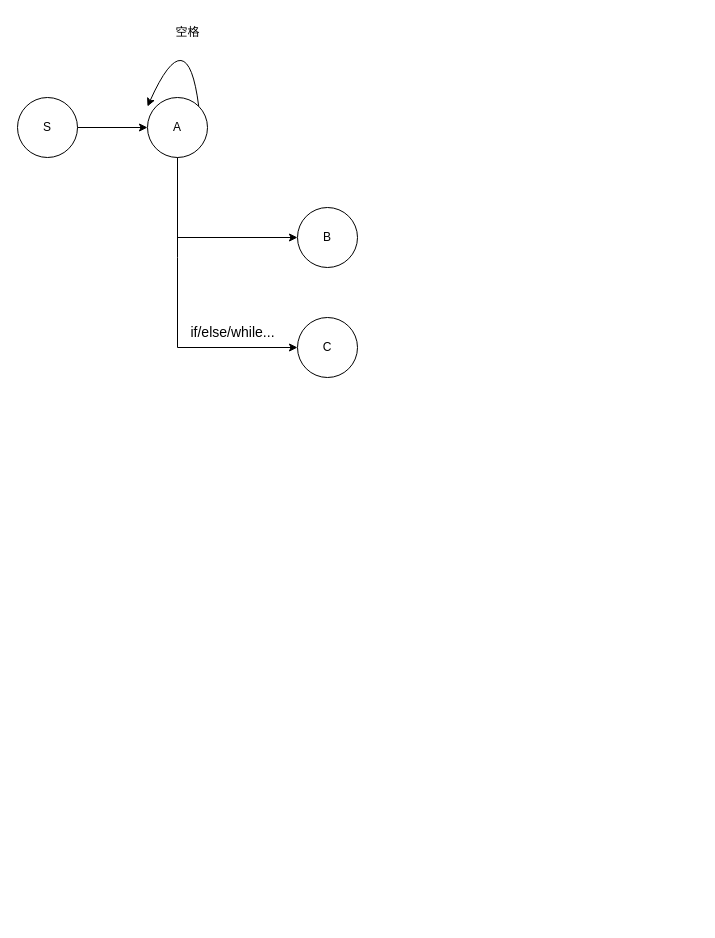
Before: status.drawio in beyondgogogo/Graph, a draw.io diagram. Source tidied: cells renumbered, new cells numbered last; positions are measured from the earlier drawing's top-left corner, leaving out a move shared by most shapes. Both pictures are drawn from the tidied source at 100%, with x=0, y=0 at pixel (17, 17).
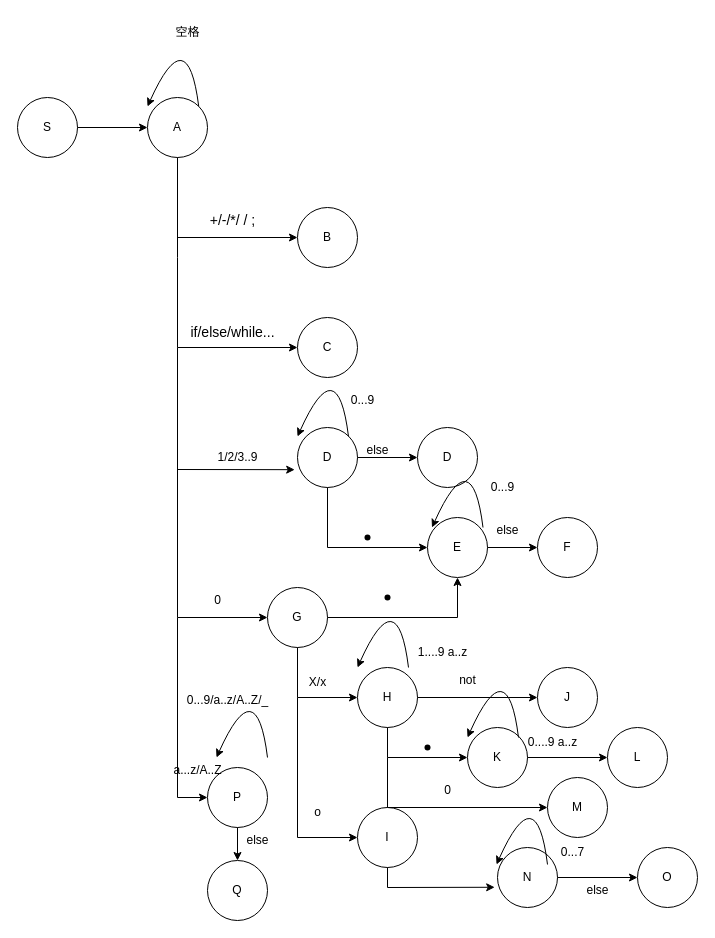
After the change.

Unchanged cells that the change refers to:
```xml
<mxCell id="11" value="&lt;font style=&quot;font-size: 14px;&quot;&gt;if/else/while...&lt;/font&gt;" style="text;html=1;align=center;verticalAlign=middle;points=[];strokeColor=none;fillColor=none;" parent="1" vertex="1">
  <mxGeometry x="160" y="300" width="110" height="30" as="geometry" />
</mxCell>
```

The edit, as a diff of the source:
```diff
@@
+    <mxCell id="12" value="&lt;font style=&quot;font-size: 14px;&quot;&gt;+/-/*/ / ;&lt;/font&gt;" style="text;html=1;align=center;verticalAlign=middle;strokeColor=none;fillColor=none;" parent="1" vertex="1">
+      <mxGeometry x="180" y="188" width="70" height="30" as="geometry" />
+    </mxCell>
+    <mxCell id="13" value="D" style="ellipse;whiteSpace=wrap;html=1;" parent="1" vertex="1">
+      <mxGeometry x="280" y="410" width="60" height="60" as="geometry" />
+    </mxCell>
+    <mxCell id="14" style="endArrow=classic;html=1;rounded=0;exitX=0;exitY=1;exitDx=0;exitDy=0;exitPerimeter=0;entryX=-0.047;entryY=0.703;entryDx=0;entryDy=0;entryPerimeter=0;" parent="1" edge="1" source="11" target="13">
+      <mxGeometry relative="1" as="geometry">
+        <Array as="points">
+          <mxPoint x="160" y="452" />
+        </Array>
+      </mxGeometry>
+    </mxCell>
+    <mxCell id="15" value="1/2/3..9" style="text;html=1;align=center;verticalAlign=middle;strokeColor=none;fillColor=none;" parent="1" vertex="1">
+      <mxGeometry x="190" y="425" width="60" height="30" as="geometry" />
+    </mxCell>
+    <mxCell id="16" style="curved=1;endArrow=classic;html=1;rounded=0;exitX=1;exitY=0;exitDx=0;exitDy=0;" parent="1" edge="1">
+      <mxGeometry relative="1" as="geometry">
+        <mxPoint x="331" y="419" as="sourcePoint" />
+        <mxPoint x="280" y="419" as="targetPoint" />
+        <Array as="points">
+          <mxPoint x="320" y="330" />
+        </Array>
+      </mxGeometry>
+    </mxCell>
+    <mxCell id="17" value="0...9" style="text;html=1;align=center;verticalAlign=middle;strokeColor=none;fillColor=none;" parent="1" vertex="1">
+      <mxGeometry x="320" y="368" width="50" height="30" as="geometry" />
+    </mxCell>
+    <mxCell id="18" value="D" style="ellipse;whiteSpace=wrap;html=1;" parent="1" vertex="1">
+      <mxGeometry x="400" y="410" width="60" height="60" as="geometry" />
+    </mxCell>
+    <mxCell id="19" style="endArrow=classic;html=1;rounded=0;entryX=0;entryY=0.5;entryDx=0;entryDy=0;exitX=1;exitY=0.5;exitDx=0;exitDy=0;" parent="1" edge="1" source="13" target="18">
+      <mxGeometry relative="1" as="geometry" />
+    </mxCell>
+    <mxCell id="20" value="E" style="ellipse;whiteSpace=wrap;html=1;" parent="1" vertex="1">
+      <mxGeometry x="410" y="500" width="60" height="60" as="geometry" />
+    </mxCell>
+    <mxCell id="21" style="endArrow=classic;html=1;rounded=0;entryX=0;entryY=0.5;entryDx=0;entryDy=0;exitX=0.5;exitY=1;exitDx=0;exitDy=0;" parent="1" edge="1" source="13" target="20">
+      <mxGeometry relative="1" as="geometry">
+        <Array as="points">
+          <mxPoint x="310" y="530" />
+        </Array>
+      </mxGeometry>
+    </mxCell>
+    <mxCell id="22" style="shape=waypoint;sketch=0;size=6;fillColor=none;perimeter=centerPerimeter;" parent="1" vertex="1">
+      <mxGeometry x="340" y="510" width="20" height="20" as="geometry" />
+    </mxCell>
+    <mxCell id="23" style="curved=1;endArrow=classic;html=1;rounded=0;exitX=1;exitY=0;exitDx=0;exitDy=0;" parent="1" edge="1">
+      <mxGeometry relative="1" as="geometry">
+        <mxPoint x="465.5" y="510" as="sourcePoint" />
+        <mxPoint x="414.5" y="510" as="targetPoint" />
+        <Array as="points">
+          <mxPoint x="454.5" y="421" />
+        </Array>
+      </mxGeometry>
+    </mxCell>
+    <mxCell id="24" value="0...9" style="text;html=1;align=center;verticalAlign=middle;strokeColor=none;fillColor=none;rotation=0;" parent="1" vertex="1">
+      <mxGeometry x="460" y="455" width="50" height="30" as="geometry" />
+    </mxCell>
+    <mxCell id="25" style="endArrow=classic;html=1;rounded=0;exitX=1;exitY=0.5;exitDx=0;exitDy=0;" parent="1" edge="1" source="20">
+      <mxGeometry relative="1" as="geometry">
+        <mxPoint x="520" y="530" as="targetPoint" />
+      </mxGeometry>
+    </mxCell>
+    <mxCell id="26" value="F" style="ellipse;whiteSpace=wrap;html=1;" parent="1" vertex="1">
+      <mxGeometry x="520" y="500" width="60" height="60" as="geometry" />
+    </mxCell>
+    <mxCell id="27" value="G" style="ellipse;whiteSpace=wrap;html=1;" parent="1" vertex="1">
+      <mxGeometry x="250" y="570" width="60" height="60" as="geometry" />
+    </mxCell>
+    <mxCell id="28" style="endArrow=classic;html=1;rounded=0;entryX=0;entryY=0.5;entryDx=0;entryDy=0;" parent="1" edge="1" target="27">
+      <mxGeometry relative="1" as="geometry">
+        <mxPoint x="160" y="450" as="sourcePoint" />
+        <Array as="points">
+          <mxPoint x="160" y="600" />
+        </Array>
+      </mxGeometry>
+    </mxCell>
+    <mxCell id="29" value="0" style="text;html=1;align=center;verticalAlign=middle;strokeColor=none;fillColor=none;" parent="1" vertex="1">
+      <mxGeometry x="185" y="568" width="30" height="30" as="geometry" />
+    </mxCell>
+    <mxCell id="30" style="endArrow=classic;html=1;rounded=0;exitX=1;exitY=0.5;exitDx=0;exitDy=0;entryX=0.5;entryY=1;entryDx=0;entryDy=0;" parent="1" edge="1" source="27" target="20">
+      <mxGeometry relative="1" as="geometry">
+        <Array as="points">
+          <mxPoint x="440" y="600" />
+        </Array>
+      </mxGeometry>
+    </mxCell>
+    <mxCell id="31" style="shape=waypoint;sketch=0;size=6;fillColor=none;perimeter=centerPerimeter;" parent="1" vertex="1">
+      <mxGeometry x="360" y="570" width="20" height="20" as="geometry" />
+    </mxCell>
+    <mxCell id="32" value="I" style="ellipse;whiteSpace=wrap;html=1;" parent="1" vertex="1">
+      <mxGeometry x="340" y="790" width="60" height="60" as="geometry" />
+    </mxCell>
+    <mxCell id="33" value="H" style="ellipse;whiteSpace=wrap;html=1;" parent="1" vertex="1">
+      <mxGeometry x="340" y="650" width="60" height="60" as="geometry" />
+    </mxCell>
+    <mxCell id="34" style="endArrow=classic;html=1;rounded=0;exitX=0.5;exitY=1;exitDx=0;exitDy=0;entryX=0;entryY=0.5;entryDx=0;entryDy=0;" parent="1" edge="1" source="27" target="33">
+      <mxGeometry relative="1" as="geometry">
+        <Array as="points">
+          <mxPoint x="280" y="680" />
+        </Array>
+      </mxGeometry>
+    </mxCell>
+    <mxCell id="35" style="endArrow=classic;html=1;rounded=0;entryX=0;entryY=0.5;entryDx=0;entryDy=0;" parent="1" edge="1" target="32">
+      <mxGeometry relative="1" as="geometry">
+        <mxPoint x="280" y="680" as="sourcePoint" />
+        <Array as="points">
+          <mxPoint x="280" y="820" />
+        </Array>
+      </mxGeometry>
+    </mxCell>
+    <mxCell id="36" value="X/x" style="text;html=1;align=center;verticalAlign=middle;strokeColor=none;fillColor=none;" parent="1" vertex="1">
+      <mxGeometry x="280" y="650" width="40" height="30" as="geometry" />
+    </mxCell>
+    <mxCell id="37" value="o" style="text;html=1;align=center;verticalAlign=middle;strokeColor=none;fillColor=none;" parent="1" vertex="1">
+      <mxGeometry x="285" y="780" width="30" height="30" as="geometry" />
+    </mxCell>
+    <mxCell id="38" value="else" style="text;html=1;align=center;verticalAlign=middle;strokeColor=none;fillColor=none;" parent="1" vertex="1">
+      <mxGeometry x="335" y="418" width="50" height="30" as="geometry" />
+    </mxCell>
+    <mxCell id="39" value="else" style="text;html=1;align=center;verticalAlign=middle;strokeColor=none;fillColor=none;" parent="1" vertex="1">
+      <mxGeometry x="465" y="498" width="50" height="30" as="geometry" />
+    </mxCell>
+    <mxCell id="40" style="curved=1;endArrow=classic;html=1;rounded=0;exitX=1;exitY=0;exitDx=0;exitDy=0;" parent="1" edge="1">
+      <mxGeometry relative="1" as="geometry">
+        <mxPoint x="391" y="650" as="sourcePoint" />
+        <mxPoint x="340" y="650" as="targetPoint" />
+        <Array as="points">
+          <mxPoint x="380" y="561" />
+        </Array>
+      </mxGeometry>
+    </mxCell>
+    <mxCell id="41" value="1....9 a..z" style="text;html=1;align=center;verticalAlign=middle;strokeColor=none;fillColor=none;" parent="1" vertex="1">
+      <mxGeometry x="390" y="620" width="70" height="30" as="geometry" />
+    </mxCell>
+    <mxCell id="42" value="J" style="ellipse;whiteSpace=wrap;html=1;" parent="1" vertex="1">
+      <mxGeometry x="520" y="650" width="60" height="60" as="geometry" />
+    </mxCell>
+    <mxCell id="43" style="endArrow=classic;html=1;rounded=0;entryX=0;entryY=0.5;entryDx=0;entryDy=0;exitX=1;exitY=0.5;exitDx=0;exitDy=0;" parent="1" edge="1" source="33" target="42">
+      <mxGeometry relative="1" as="geometry" />
+    </mxCell>
+    <mxCell id="44" value="not" style="text;html=1;align=center;verticalAlign=middle;strokeColor=none;fillColor=none;" parent="1" vertex="1">
+      <mxGeometry x="430" y="648" width="40" height="30" as="geometry" />
+    </mxCell>
+    <mxCell id="45" value="K" style="ellipse;whiteSpace=wrap;html=1;" parent="1" vertex="1">
+      <mxGeometry x="450" y="710" width="60" height="60" as="geometry" />
+    </mxCell>
+    <mxCell id="46" style="endArrow=classic;html=1;rounded=0;entryX=0;entryY=0.5;entryDx=0;entryDy=0;exitX=0.5;exitY=1;exitDx=0;exitDy=0;" parent="1" edge="1" source="33" target="45">
+      <mxGeometry relative="1" as="geometry">
+        <Array as="points">
+          <mxPoint x="370" y="740" />
+        </Array>
+      </mxGeometry>
+    </mxCell>
+    <mxCell id="47" style="shape=waypoint;sketch=0;size=6;fillColor=none;perimeter=centerPerimeter;" parent="1" vertex="1">
+      <mxGeometry x="400" y="720" width="20" height="20" as="geometry" />
+    </mxCell>
+    <mxCell id="48" style="curved=1;endArrow=classic;html=1;rounded=0;exitX=1;exitY=0;exitDx=0;exitDy=0;" parent="1" edge="1">
+      <mxGeometry relative="1" as="geometry">
+        <mxPoint x="501" y="720" as="sourcePoint" />
+        <mxPoint x="450" y="720" as="targetPoint" />
+        <Array as="points">
+          <mxPoint x="490" y="631" />
+        </Array>
+      </mxGeometry>
+    </mxCell>
+    <mxCell id="49" value="0....9 a..z" style="text;html=1;align=center;verticalAlign=middle;strokeColor=none;fillColor=none;" parent="1" vertex="1">
+      <mxGeometry x="500" y="710" width="70" height="30" as="geometry" />
+    </mxCell>
+    <mxCell id="50" value="L" style="ellipse;whiteSpace=wrap;html=1;" parent="1" vertex="1">
+      <mxGeometry x="590" y="710" width="60" height="60" as="geometry" />
+    </mxCell>
+    <mxCell id="51" style="endArrow=classic;html=1;rounded=0;entryX=0;entryY=0.5;entryDx=0;entryDy=0;exitX=1;exitY=0.5;exitDx=0;exitDy=0;" parent="1" edge="1" source="45" target="50">
+      <mxGeometry relative="1" as="geometry" />
+    </mxCell>
+    <mxCell id="52" value="M" style="ellipse;whiteSpace=wrap;html=1;" parent="1" vertex="1">
+      <mxGeometry x="530" y="760" width="60" height="60" as="geometry" />
+    </mxCell>
+    <mxCell id="53" style="endArrow=classic;html=1;rounded=0;entryX=0;entryY=0.5;entryDx=0;entryDy=0;" parent="1" edge="1" target="52">
+      <mxGeometry relative="1" as="geometry">
+        <mxPoint x="370" y="740" as="sourcePoint" />
+        <Array as="points">
+          <mxPoint x="370" y="790" />
+        </Array>
+      </mxGeometry>
+    </mxCell>
+    <mxCell id="54" value="0" style="text;html=1;align=center;verticalAlign=middle;strokeColor=none;fillColor=none;" parent="1" vertex="1">
+      <mxGeometry x="415" y="758" width="30" height="30" as="geometry" />
+    </mxCell>
+    <mxCell id="55" value="N" style="ellipse;whiteSpace=wrap;html=1;" parent="1" vertex="1">
+      <mxGeometry x="480" y="830" width="60" height="60" as="geometry" />
+    </mxCell>
+    <mxCell id="56" style="endArrow=classic;html=1;rounded=0;entryX=-0.047;entryY=0.663;entryDx=0;entryDy=0;entryPerimeter=0;exitX=0.5;exitY=1;exitDx=0;exitDy=0;" parent="1" edge="1" source="32" target="55">
+      <mxGeometry relative="1" as="geometry">
+        <Array as="points">
+          <mxPoint x="370" y="870" />
+        </Array>
+      </mxGeometry>
+    </mxCell>
+    <mxCell id="57" style="curved=1;endArrow=classic;html=1;rounded=0;exitX=1;exitY=0;exitDx=0;exitDy=0;" parent="1" edge="1">
+      <mxGeometry relative="1" as="geometry">
+        <mxPoint x="530" y="847" as="sourcePoint" />
+        <mxPoint x="479" y="847" as="targetPoint" />
+        <Array as="points">
+          <mxPoint x="519" y="758" />
+        </Array>
+      </mxGeometry>
+    </mxCell>
+    <mxCell id="58" value="0...7" style="text;html=1;align=center;verticalAlign=middle;strokeColor=none;fillColor=none;" parent="1" vertex="1">
+      <mxGeometry x="530" y="820" width="50" height="30" as="geometry" />
+    </mxCell>
+    <mxCell id="59" value="O" style="ellipse;whiteSpace=wrap;html=1;" parent="1" vertex="1">
+      <mxGeometry x="620" y="830" width="60" height="60" as="geometry" />
+    </mxCell>
+    <mxCell id="60" style="endArrow=classic;html=1;rounded=0;exitX=1;exitY=0.5;exitDx=0;exitDy=0;" parent="1" edge="1" source="55">
+      <mxGeometry relative="1" as="geometry">
+        <mxPoint x="620" y="860" as="targetPoint" />
+      </mxGeometry>
+    </mxCell>
+    <mxCell id="61" value="else" style="text;html=1;align=center;verticalAlign=middle;strokeColor=none;fillColor=none;" parent="1" vertex="1">
+      <mxGeometry x="555" y="858" width="50" height="30" as="geometry" />
+    </mxCell>
+    <mxCell id="62" value="P" style="ellipse;whiteSpace=wrap;html=1;" parent="1" vertex="1">
+      <mxGeometry x="190" y="750" width="60" height="60" as="geometry" />
+    </mxCell>
+    <mxCell id="63" value="Q" style="ellipse;whiteSpace=wrap;html=1;" parent="1" vertex="1">
+      <mxGeometry x="190" y="843" width="60" height="60" as="geometry" />
+    </mxCell>
+    <mxCell id="64" style="endArrow=classic;html=1;rounded=0;entryX=0;entryY=0.5;entryDx=0;entryDy=0;" parent="1" edge="1" target="62">
+      <mxGeometry relative="1" as="geometry">
+        <mxPoint x="160" y="600" as="sourcePoint" />
+        <Array as="points">
+          <mxPoint x="160" y="780" />
+        </Array>
+      </mxGeometry>
+    </mxCell>
+    <mxCell id="65" style="endArrow=classic;html=1;rounded=0;entryX=0.5;entryY=0;entryDx=0;entryDy=0;exitX=0.5;exitY=1;exitDx=0;exitDy=0;" parent="1" edge="1" source="62" target="63">
+      <mxGeometry relative="1" as="geometry" />
+    </mxCell>
+    <mxCell id="66" value="else" style="text;html=1;align=center;verticalAlign=middle;strokeColor=none;fillColor=none;" parent="1" vertex="1">
+      <mxGeometry x="215" y="808" width="50" height="30" as="geometry" />
+    </mxCell>
+    <mxCell id="67" value="a...z/A..Z" style="text;html=1;align=center;verticalAlign=middle;strokeColor=none;fillColor=none;" parent="1" vertex="1">
+      <mxGeometry x="145" y="738" width="70" height="30" as="geometry" />
+    </mxCell>
+    <mxCell id="68" style="curved=1;endArrow=classic;html=1;rounded=0;exitX=1;exitY=0;exitDx=0;exitDy=0;" parent="1" edge="1">
+      <mxGeometry relative="1" as="geometry">
+        <mxPoint x="250" y="740" as="sourcePoint" />
+        <mxPoint x="199" y="740" as="targetPoint" />
+        <Array as="points">
+          <mxPoint x="239" y="651" />
+        </Array>
+      </mxGeometry>
+    </mxCell>
+    <mxCell id="69" value="0...9/a..z/A..Z/_" style="text;html=1;align=center;verticalAlign=middle;strokeColor=none;fillColor=none;" parent="1" vertex="1">
+      <mxGeometry x="160" y="668" width="100" height="30" as="geometry" />
+    </mxCell>
```
